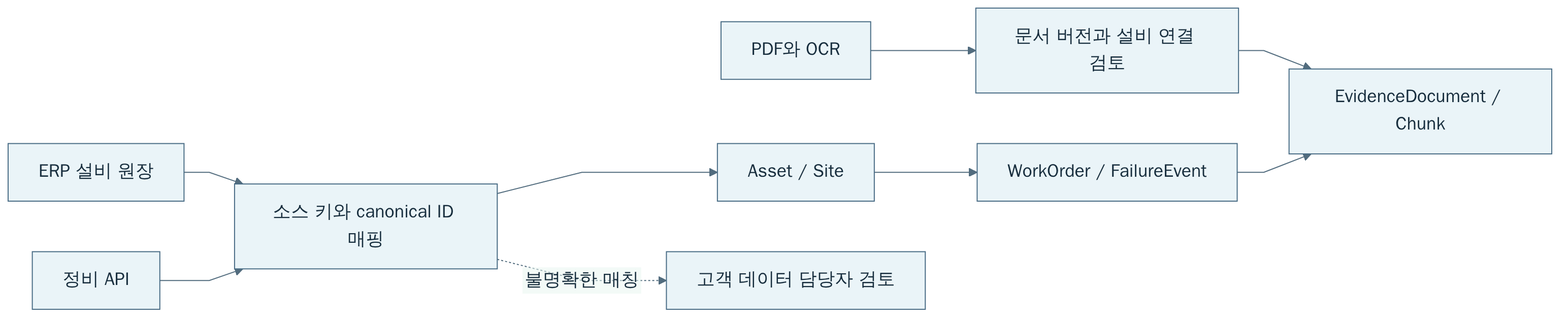
jay-jang/preparing-fde keeps this Mermaid diagram as assets/diagrams/frame-1-1.png. Above is the earlier version. Its source is kept beside it as assets/diagrams/frame-1-1.mmd. The source it was exported from:
```mermaid
flowchart LR
  E["ERP 설비 원장"] --> IM["소스 키와 canonical ID 매핑"]
  C["정비 API"] --> IM
  F["PDF와 OCR"] --> Q["문서 버전과 설비 연결 검토"]
  IM --> A["Asset / Site"]
  A --> W["WorkOrder / FailureEvent"]
  Q --> V["EvidenceDocument / Chunk"]
  W --> V
  IM -. "불명확한 매칭" .-> H["고객 데이터 담당자 검토"]
```
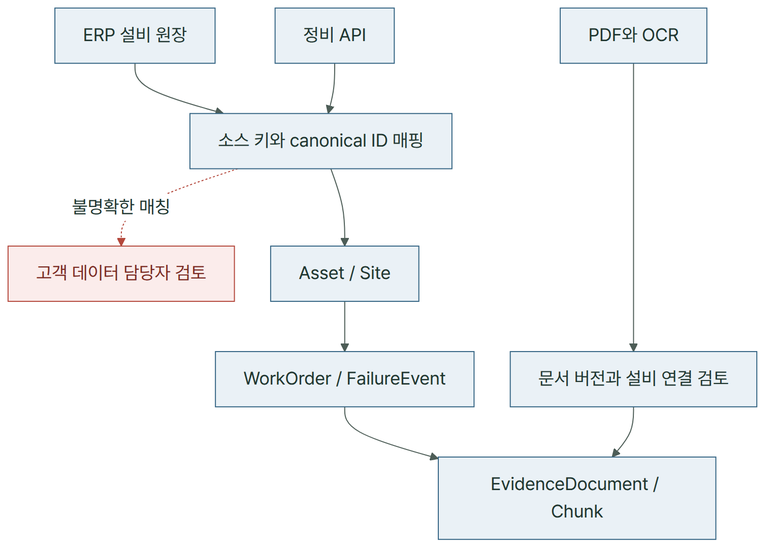
Above is the later version.

What changed in the source:
```diff
@@ -1,9 +1,13 @@
-flowchart LR
-  E["ERP 설비 원장"] --> IM["소스 키와 canonical ID 매핑"]
+flowchart TB
+  IM["소스 키와 canonical ID 매핑"] -. "불명확한 매칭" .-> H["고객 데이터 담당자 검토"]
+  E["ERP 설비 원장"] --> IM
   C["정비 API"] --> IM
-  F["PDF와 OCR"] --> Q["문서 버전과 설비 연결 검토"]
   IM --> A["Asset / Site"]
   A --> W["WorkOrder / FailureEvent"]
-  Q --> V["EvidenceDocument / Chunk"]
-  W --> V
-  IM -. "불명확한 매칭" .-> H["고객 데이터 담당자 검토"]
+  W --> V["EvidenceDocument / Chunk"]
+  F["PDF와 OCR"] --> Q["문서 버전과 설비 연결 검토"]
+  Q --> V
+  F ~~~ IM
+  classDef fail fill:#fbeceb,stroke:#b4483c,color:#7a2a22
+  class H fail
+  linkStyle 0 stroke:#b4483c
```
